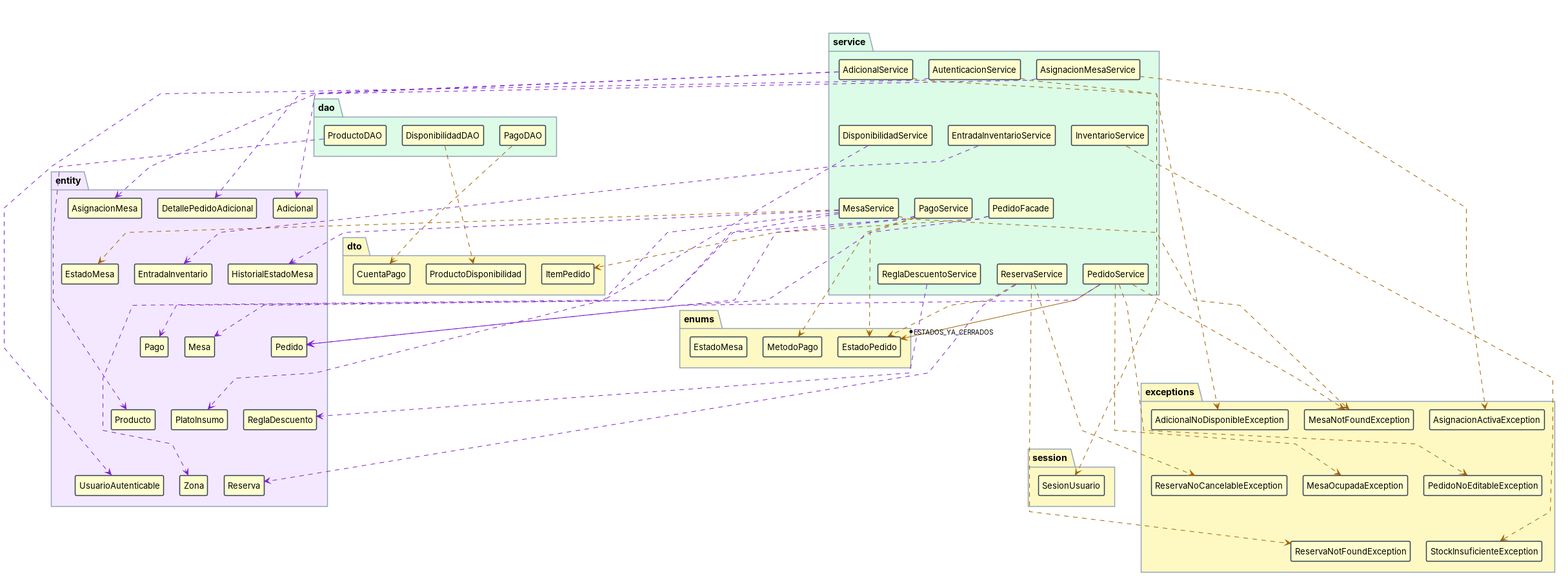
This is docs/Imagenes/DiagramaClases_Relaciones_Service_Modelo.png from puj-course/FIS_2630_1204_G2, a PlantUML export, as it was before one commit. Its source is kept beside it as docs/diagramas-fuente/DiagramaClases_Relaciones_Service_Modelo.puml. Its diagram source:
```plantuml
@startuml
skinparam backgroundColor #FFFFFF
skinparam shadowing false
skinparam defaultFontName Helvetica
skinparam roundCorner 4
skinparam nodesep 35
skinparam ranksep 60
skinparam padding 3
skinparam ClassFontSize 13
skinparam ClassAttributeFontSize 11
skinparam ClassStereotypeFontSize 10
skinparam ClassBorderColor #334155
skinparam ArrowColor #1E293B
skinparam ArrowFontSize 10
skinparam PackageBorderColor #94A3B8
skinparam PackageFontStyle bold
skinparam ClassAttributeIconSize 0
hide empty members

hide members
hide circle
skinparam linetype polyline
skinparam nodesep 25
skinparam ranksep 70
package "service" #DCFCE7 {
  class "AdicionalService" as service_AdicionalService
  class "AsignacionMesaService" as service_AsignacionMesaService
  class "AutenticacionService" as service_AutenticacionService
  class "DisponibilidadService" as service_DisponibilidadService
  class "EntradaInventarioService" as service_EntradaInventarioService
  class "InventarioService" as service_InventarioService
  class "MesaService" as service_MesaService
  class "PagoService" as service_PagoService
  class "PedidoFacade" as service_PedidoFacade
  class "PedidoService" as service_PedidoService
  class "ReglaDescuentoService" as service_ReglaDescuentoService
  class "ReservaService" as service_ReservaService
  service_AdicionalService -[hidden]right- service_AsignacionMesaService
  service_AsignacionMesaService -[hidden]right- service_AutenticacionService
  service_AdicionalService -[hidden]down- service_DisponibilidadService
  service_DisponibilidadService -[hidden]right- service_EntradaInventarioService
  service_AsignacionMesaService -[hidden]down- service_EntradaInventarioService
  service_EntradaInventarioService -[hidden]right- service_InventarioService
  service_AutenticacionService -[hidden]down- service_InventarioService
  service_DisponibilidadService -[hidden]down- service_MesaService
  service_MesaService -[hidden]right- service_PagoService
  service_EntradaInventarioService -[hidden]down- service_PagoService
  service_PagoService -[hidden]right- service_PedidoFacade
  service_InventarioService -[hidden]down- service_PedidoFacade
  service_MesaService -[hidden]down- service_PedidoService
  service_PedidoService -[hidden]right- service_ReglaDescuentoService
  service_PagoService -[hidden]down- service_ReglaDescuentoService
  service_ReglaDescuentoService -[hidden]right- service_ReservaService
  service_PedidoFacade -[hidden]down- service_ReservaService
}
package "dao" #DCFCE7 {
  class "DisponibilidadDAO" as dao_DisponibilidadDAO
  class "PagoDAO" as dao_PagoDAO
  class "ProductoDAO" as dao_ProductoDAO
}
package "entity" #F3E8FF {
  class "Adicional" as entity_Adicional
  class "AsignacionMesa" as entity_AsignacionMesa
  class "DetallePedidoAdicional" as entity_DetallePedidoAdicional
  class "EntradaInventario" as entity_EntradaInventario
  class "EstadoMesa" as entity_EstadoMesa
  class "HistorialEstadoMesa" as entity_HistorialEstadoMesa
  class "Mesa" as entity_Mesa
  class "Pago" as entity_Pago
  class "Pedido" as entity_Pedido
  class "PlatoInsumo" as entity_PlatoInsumo
  class "Producto" as entity_Producto
  class "ReglaDescuento" as entity_ReglaDescuento
  class "Reserva" as entity_Reserva
  class "UsuarioAutenticable" as entity_UsuarioAutenticable
  class "Zona" as entity_Zona
  entity_Adicional -[hidden]right- entity_AsignacionMesa
  entity_AsignacionMesa -[hidden]right- entity_DetallePedidoAdicional
  entity_Adicional -[hidden]down- entity_EntradaInventario
  entity_EntradaInventario -[hidden]right- entity_EstadoMesa
  entity_AsignacionMesa -[hidden]down- entity_EstadoMesa
  entity_EstadoMesa -[hidden]right- entity_HistorialEstadoMesa
  entity_DetallePedidoAdicional -[hidden]down- entity_HistorialEstadoMesa
  entity_EntradaInventario -[hidden]down- entity_Mesa
  entity_Mesa -[hidden]right- entity_Pago
  entity_EstadoMesa -[hidden]down- entity_Pago
  entity_Pago -[hidden]right- entity_Pedido
  entity_HistorialEstadoMesa -[hidden]down- entity_Pedido
  entity_Mesa -[hidden]down- entity_PlatoInsumo
  entity_PlatoInsumo -[hidden]right- entity_Producto
  entity_Pago -[hidden]down- entity_Producto
  entity_Producto -[hidden]right- entity_ReglaDescuento
  entity_Pedido -[hidden]down- entity_ReglaDescuento
  entity_PlatoInsumo -[hidden]down- entity_Reserva
  entity_Reserva -[hidden]right- entity_UsuarioAutenticable
  entity_Producto -[hidden]down- entity_UsuarioAutenticable
  entity_UsuarioAutenticable -[hidden]right- entity_Zona
  entity_ReglaDescuento -[hidden]down- entity_Zona
}
package "dto" #FEF9C3 {
  class "CuentaPago" as dto_CuentaPago
  class "ItemPedido" as dto_ItemPedido
  class "ProductoDisponibilidad" as dto_ProductoDisponibilidad
}
package "enums" #FEF9C3 {
  enum "EstadoMesa" as enums_EstadoMesa
  enum "EstadoPedido" as enums_EstadoPedido
  enum "MetodoPago" as enums_MetodoPago
}
package "exceptions" #FEF9C3 {
  class "AdicionalNoDisponibleException" as exceptions_AdicionalNoDisponibleException
  class "AsignacionActivaException" as exceptions_AsignacionActivaException
  class "MesaNotFoundException" as exceptions_MesaNotFoundException
  class "MesaOcupadaException" as exceptions_MesaOcupadaException
  class "PedidoNoEditableException" as exceptions_PedidoNoEditableException
  class "ReservaNoCancelableException" as exceptions_ReservaNoCancelableException
  class "ReservaNotFoundException" as exceptions_ReservaNotFoundException
  class "StockInsuficienteException" as exceptions_StockInsuficienteException
  exceptions_AdicionalNoDisponibleException -[hidden]right- exceptions_AsignacionActivaException
  exceptions_AsignacionActivaException -[hidden]right- exceptions_MesaNotFoundException
  exceptions_AdicionalNoDisponibleException -[hidden]down- exceptions_MesaOcupadaException
  exceptions_MesaOcupadaException -[hidden]right- exceptions_PedidoNoEditableException
  exceptions_AsignacionActivaException -[hidden]down- exceptions_PedidoNoEditableException
  exceptions_PedidoNoEditableException -[hidden]right- exceptions_ReservaNoCancelableException
  exceptions_MesaNotFoundException -[hidden]down- exceptions_ReservaNoCancelableException
  exceptions_MesaOcupadaException -[hidden]down- exceptions_ReservaNotFoundException
  exceptions_ReservaNotFoundException -[hidden]right- exceptions_StockInsuficienteException
  exceptions_PedidoNoEditableException -[hidden]down- exceptions_StockInsuficienteException
}
package "session" #FEF9C3 {
  class "SesionUsuario" as session_SesionUsuario
}
service_AdicionalService -[hidden]down- dao_DisponibilidadDAO
dao_DisponibilidadDAO -[hidden]down- entity_Adicional
entity_Adicional -[hidden]down- dto_CuentaPago
dto_CuentaPago -[hidden]down- enums_EstadoMesa
enums_EstadoMesa -[hidden]down- exceptions_AdicionalNoDisponibleException
exceptions_AdicionalNoDisponibleException -[hidden]down- session_SesionUsuario
service_PedidoService -[#A16207]-> "* ESTADOS_YA_CERRADOS" enums_EstadoPedido
dao_DisponibilidadDAO -[#A16207,dashed]-> dto_ProductoDisponibilidad
dao_PagoDAO -[#A16207,dashed]-> dto_CuentaPago
dao_ProductoDAO -[#7E22CE,dashed]-> entity_Producto
service_AdicionalService -[#7E22CE,dashed]-> entity_Adicional
service_AdicionalService -[#A16207,dashed]-> exceptions_AdicionalNoDisponibleException
service_AdicionalService -[#7E22CE,dashed]-> entity_DetallePedidoAdicional
service_AsignacionMesaService -[#A16207,dashed]-> exceptions_AsignacionActivaException
service_AsignacionMesaService -[#7E22CE,dashed]-> entity_AsignacionMesa
service_AutenticacionService -[#A16207,dashed]-> session_SesionUsuario
service_AutenticacionService -[#7E22CE,dashed]-> entity_UsuarioAutenticable
service_DisponibilidadService -[#7E22CE,dashed]-> entity_PlatoInsumo
service_EntradaInventarioService -[#7E22CE,dashed]-> entity_EntradaInventario
service_InventarioService -[#A16207,dashed]-> exceptions_StockInsuficienteException
service_MesaService -[#A16207,dashed]-> entity_EstadoMesa
service_MesaService -[#7E22CE,dashed]-> entity_HistorialEstadoMesa
service_MesaService -[#7E22CE,dashed]-> entity_Mesa
service_MesaService -[#A16207,dashed]-> exceptions_MesaNotFoundException
service_MesaService -[#7E22CE,dashed]-> entity_Zona
service_PagoService -[#A16207,dashed]-> enums_EstadoPedido
service_PagoService -[#A16207,dashed]-> enums_MetodoPago
service_PagoService -[#7E22CE,dashed]-> entity_Pago
service_PagoService -[#7E22CE,dashed]-> entity_Pedido
service_PedidoFacade -[#A16207,dashed]-> dto_ItemPedido
service_PedidoFacade -[#7E22CE,dashed]-> entity_Pedido
service_PedidoService -[#A16207,dashed]-> exceptions_MesaNotFoundException
service_PedidoService -[#A16207,dashed]-> exceptions_MesaOcupadaException
service_PedidoService -[#7E22CE,dashed]-> entity_Pedido
service_PedidoService -[#A16207,dashed]-> exceptions_PedidoNoEditableException
service_ReglaDescuentoService -[#7E22CE,dashed]-> entity_ReglaDescuento
service_ReservaService -[#A16207,dashed]-> enums_EstadoPedido
service_ReservaService -[#7E22CE,dashed]-> entity_Reserva
service_ReservaService -[#A16207,dashed]-> exceptions_ReservaNoCancelableException
service_ReservaService -[#A16207,dashed]-> exceptions_ReservaNotFoundException
@enduml
```
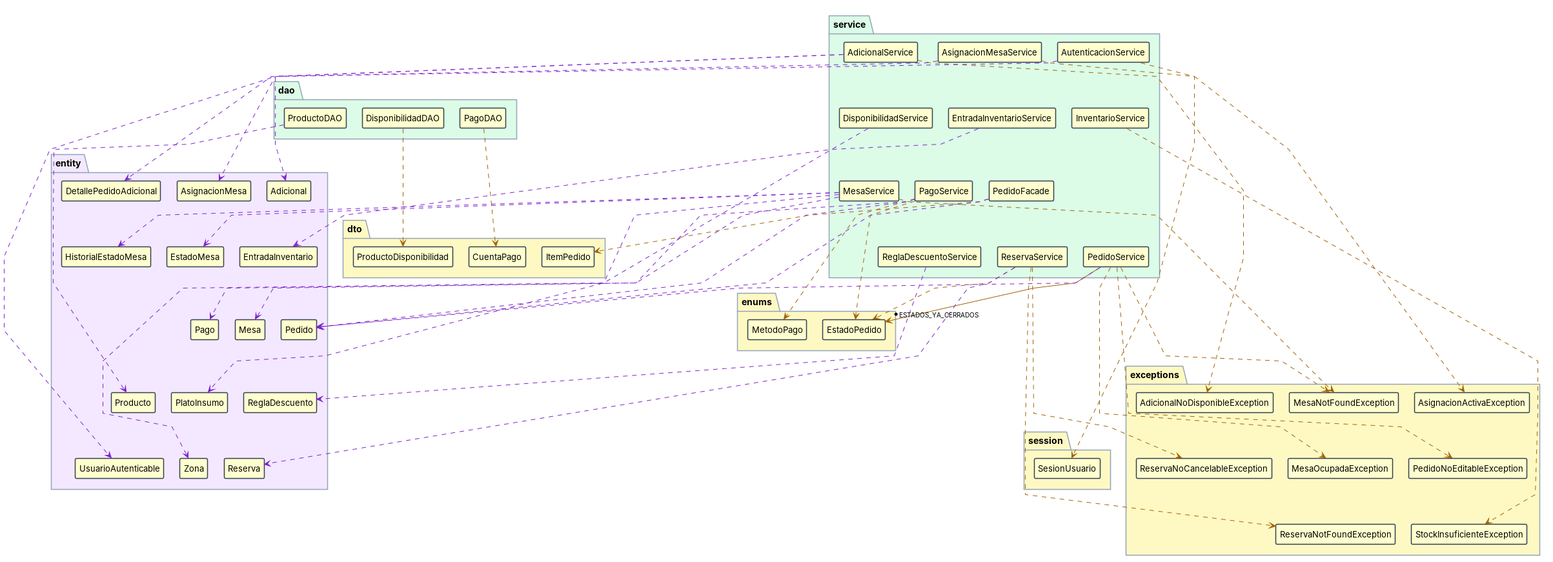
Above is the later version.

The edit, as a diff of the source:
```diff
@@ -103,7 +103,6 @@
   class "ProductoDisponibilidad" as dto_ProductoDisponibilidad
 }
 package "enums" #FEF9C3 {
-  enum "EstadoMesa" as enums_EstadoMesa
   enum "EstadoPedido" as enums_EstadoPedido
   enum "MetodoPago" as enums_MetodoPago
 }
@@ -133,8 +132,8 @@
 service_AdicionalService -[hidden]down- dao_DisponibilidadDAO
 dao_DisponibilidadDAO -[hidden]down- entity_Adicional
 entity_Adicional -[hidden]down- dto_CuentaPago
-dto_CuentaPago -[hidden]down- enums_EstadoMesa
-enums_EstadoMesa -[hidden]down- exceptions_AdicionalNoDisponibleException
+dto_CuentaPago -[hidden]down- enums_EstadoPedido
+enums_EstadoPedido -[hidden]down- exceptions_AdicionalNoDisponibleException
 exceptions_AdicionalNoDisponibleException -[hidden]down- session_SesionUsuario
 service_PedidoService -[#A16207]-> "* ESTADOS_YA_CERRADOS" enums_EstadoPedido
 dao_DisponibilidadDAO -[#A16207,dashed]-> dto_ProductoDisponibilidad
@@ -150,7 +149,7 @@
 service_DisponibilidadService -[#7E22CE,dashed]-> entity_PlatoInsumo
 service_EntradaInventarioService -[#7E22CE,dashed]-> entity_EntradaInventario
 service_InventarioService -[#A16207,dashed]-> exceptions_StockInsuficienteException
-service_MesaService -[#A16207,dashed]-> entity_EstadoMesa
+service_MesaService -[#7E22CE,dashed]-> entity_EstadoMesa
 service_MesaService -[#7E22CE,dashed]-> entity_HistorialEstadoMesa
 service_MesaService -[#7E22CE,dashed]-> entity_Mesa
 service_MesaService -[#A16207,dashed]-> exceptions_MesaNotFoundException
```
